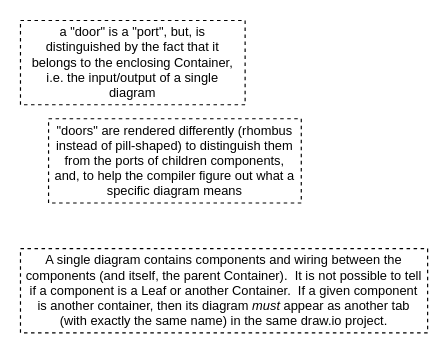
Earlier version of the draw.io diagram page "notes" (31 of 31) of DPL syntax/DPL syntax.drawio (guitarvydas/0dproto). Source tidied: cells renumbered, new cells numbered last; positions are measured from the earlier drawing's top-left corner, leaving out a move shared by most shapes. Both pictures are drawn from the tidied source at 117%, with x=0, y=0 at pixel (20, 20).
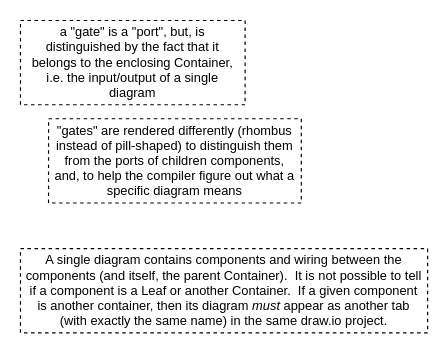
After the change.

Commit message (it also covers changes not shown here):
convert diagrams to relative markdown format

What changed in the source:
```diff
@@
 <mxGraphModel>
   <root>
     <mxCell id="0" />
     <mxCell id="1" parent="0" />
-    <mxCell id="2" value="a &quot;door&quot; is a &quot;port&quot;, but, is distinguished by the fact that it belongs to the enclosing Container, i.e. the input/output of a single diagram" style="rounded=0;whiteSpace=wrap;html=1;fontFamily=Helvetica;fontSize=11;fontColor=default;dashed=1;spacing=6;" parent="1" vertex="1">
+    <mxCell id="2" value="a &quot;gate&quot; is a &quot;port&quot;, but, is distinguished by the fact that it belongs to the enclosing Container, i.e. the input/output of a single diagram" style="rounded=0;whiteSpace=wrap;html=1;fontFamily=Helvetica;fontSize=11;fontColor=default;dashed=1;spacing=6;" parent="1" vertex="1">
       <mxGeometry width="192" height="72" as="geometry" />
     </mxCell>
-    <mxCell id="3" value="&quot;doors&quot; are rendered differently (rhombus instead of pill-shaped) to distinguish them from the ports of children components, and, to help the compiler figure out what a specific diagram means" style="rounded=0;whiteSpace=wrap;html=1;fontFamily=Helvetica;fontSize=11;fontColor=default;dashed=1;spacing=6;" parent="1" vertex="1">
+    <mxCell id="3" value="&quot;gates&quot; are rendered differently (rhombus instead of pill-shaped) to distinguish them from the ports of children components, and, to help the compiler figure out what a specific diagram means" style="rounded=0;whiteSpace=wrap;html=1;fontFamily=Helvetica;fontSize=11;fontColor=default;dashed=1;spacing=6;" parent="1" vertex="1">
       <mxGeometry x="24" y="84" width="216" height="72" as="geometry" />
     </mxCell>
     <mxCell id="4" value="A single diagram contains components and wiring between the components (and itself, the parent Container).&amp;nbsp; It is not possible to tell if a component is a Leaf or another Container.&amp;nbsp; If a given component is another container, then its diagram &lt;i&gt;must&lt;/i&gt;&amp;nbsp;appear as another tab (with exactly the same name) in the same draw.io project." style="rounded=0;whiteSpace=wrap;html=1;fontFamily=Helvetica;fontSize=11;fontColor=default;dashed=1;spacing=5;" parent="1" vertex="1">
       <mxGeometry y="195" width="348" height="72" as="geometry" />
     </mxCell>
   </root>
 </mxGraphModel>
```
